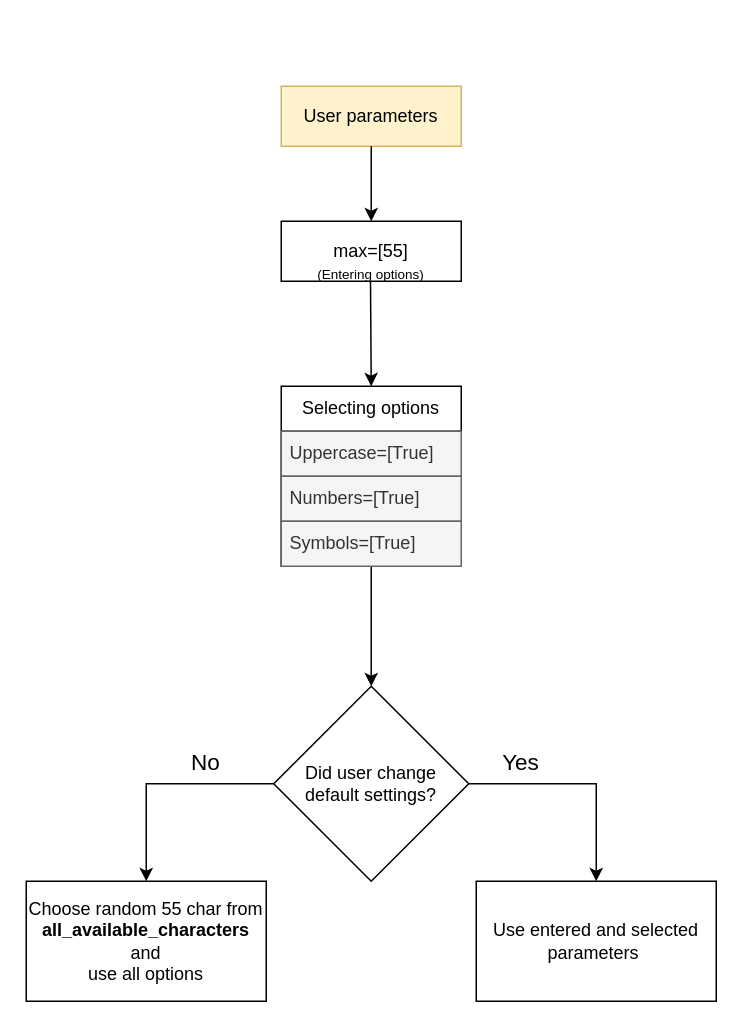
This is page "Basic User Setup" (1 of 3) of Password Generator.drawio from AndzejK/passGenerator, a draw.io file, before an edit. Source tidied: cells renumbered, new cells numbered last; positions are measured from the earlier drawing's top-left corner, leaving out a move shared by most shapes. Both pictures are drawn from the tidied source at 150%, with x=0, y=0 at pixel (26, 86).
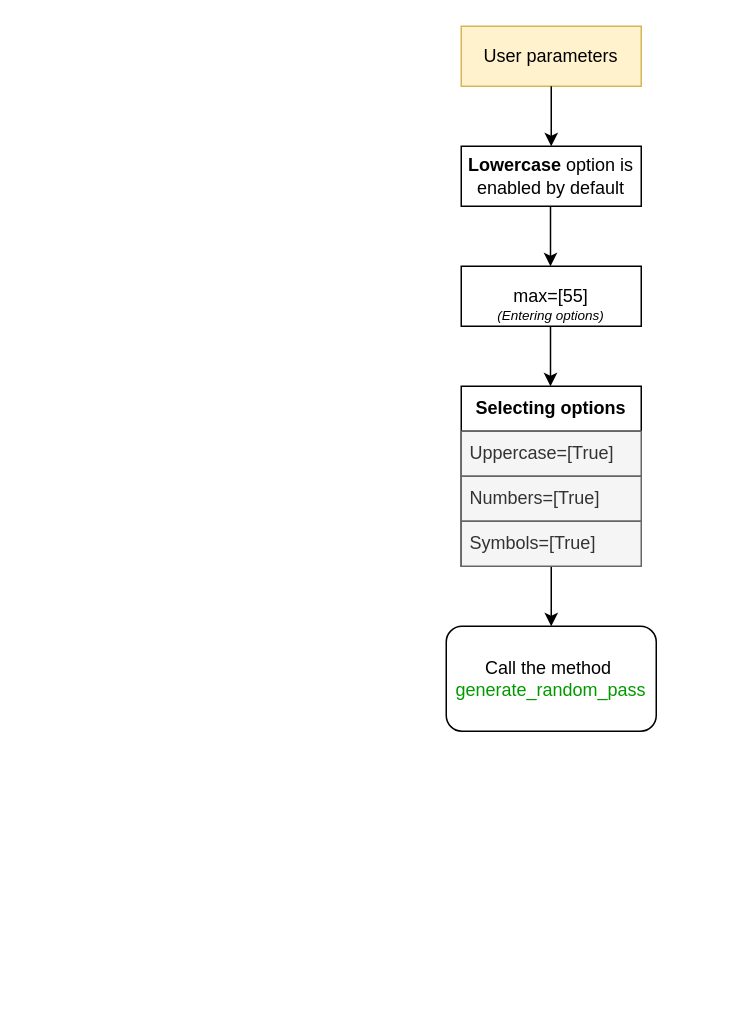
After the change.

Change to the diagram source:
```diff
@@
 <mxGraphModel>
   <root>
     <mxCell id="0" />
     <mxCell id="1" parent="0" />
     <mxCell id="2" value="max=[55]" style="rounded=0;whiteSpace=wrap;html=1;" parent="1" vertex="1">
-      <mxGeometry x="170" y="90" width="120" height="40" as="geometry" />
+      <mxGeometry x="290" y="120" width="120" height="40" as="geometry" />
     </mxCell>
     <mxCell id="3" value="User parameters" style="rounded=0;whiteSpace=wrap;html=1;fillColor=#fff2cc;strokeColor=#d6b656;" parent="1" vertex="1">
-      <mxGeometry x="170" width="120" height="40" as="geometry" />
+      <mxGeometry x="290" y="-40" width="120" height="40" as="geometry" />
     </mxCell>
-    <mxCell id="4" style="edgeStyle=orthogonalEdgeStyle;rounded=0;jettySize=auto;html=1;exitX=0.5;exitY=1;exitDx=0;exitDy=0;" parent="1" edge="1" source="5" target="13">
+    <mxCell id="4" style="edgeStyle=orthogonalEdgeStyle;rounded=0;jettySize=auto;html=1;exitX=0.5;exitY=1;exitDx=0;exitDy=0;entryX=0.5;entryY=0;entryDx=0;entryDy=0;" parent="1" edge="1" source="5" target="21">
       <mxGeometry relative="1" as="geometry" />
     </mxCell>
-    <mxCell id="5" value="Selecting options" style="swimlane;fontStyle=0;horizontal=1;startSize=30;whiteSpace=wrap;html=1;" parent="1" vertex="1">
-      <mxGeometry x="170" y="200" width="120" height="120" as="geometry" />
+    <mxCell id="5" value="&lt;b&gt;Selecting options&lt;/b&gt;" style="swimlane;fontStyle=0;horizontal=1;startSize=30;whiteSpace=wrap;html=1;" parent="1" vertex="1">
+      <mxGeometry x="290" y="200" width="120" height="120" as="geometry" />
     </mxCell>
     <mxCell id="6" value="Uppercase=[True]" style="text;strokeColor=#666666;fillColor=#f5f5f5;align=left;verticalAlign=middle;spacingLeft=4;spacingRight=4;overflow=hidden;whiteSpace=wrap;html=1;fontColor=#333333;" parent="5" vertex="1">
       <mxGeometry y="30" width="120" height="30" as="geometry" />
     </mxCell>
     <mxCell id="7" value="Numbers=[True]" style="text;strokeColor=#666666;fillColor=#f5f5f5;align=left;verticalAlign=middle;spacingLeft=4;spacingRight=4;overflow=hidden;whiteSpace=wrap;html=1;fontColor=#333333;" parent="5" vertex="1">
       <mxGeometry y="60" width="120" height="30" as="geometry" />
     </mxCell>
     <mxCell id="8" value="Symbols=[True]" style="text;align=left;verticalAlign=middle;spacingLeft=4;spacingRight=4;overflow=hidden;whiteSpace=wrap;html=1;fillColor=#f5f5f5;fontColor=#333333;strokeColor=#666666;" parent="5" vertex="1">
       <mxGeometry y="90" width="120" height="30" as="geometry" />
     </mxCell>
-    <mxCell id="9" value="&lt;font style=&quot;font-size: 9px;&quot;&gt;(Entering options)&lt;/font&gt;" style="text;html=1;align=center;verticalAlign=middle;whiteSpace=wrap;rounded=0;" parent="1" vertex="1">
-      <mxGeometry x="170" y="110" width="120" height="30" as="geometry" />
+    <mxCell id="9" value="&lt;font style=&quot;font-size: 9px;&quot;&gt;&lt;i&gt;(Entering options)&lt;/i&gt;&lt;/font&gt;" style="text;html=1;align=center;verticalAlign=middle;whiteSpace=wrap;rounded=0;" parent="1" vertex="1">
+      <mxGeometry x="290" y="137" width="120" height="30" as="geometry" />
     </mxCell>
-    <mxCell id="10" style="endArrow=classic;html=1;rounded=0;entryX=0.5;entryY=0;entryDx=0;entryDy=0;exitX=0.5;exitY=1;exitDx=0;exitDy=0;strokeColor=default;align=center;verticalAlign=middle;fontFamily=Helvetica;fontSize=11;fontColor=default;labelBackgroundColor=default;" parent="1" edge="1" source="3" target="2">
-      <mxGeometry relative="1" as="geometry" />
-    </mxCell>
-    <mxCell id="11" style="edgeStyle=orthogonalEdgeStyle;rounded=0;jettySize=auto;html=1;entryX=0.5;entryY=0;entryDx=0;entryDy=0;" parent="1" edge="1" source="13" target="14">
-      <mxGeometry relative="1" as="geometry" />
-    </mxCell>
-    <mxCell id="12" style="edgeStyle=orthogonalEdgeStyle;rounded=0;jettySize=auto;html=1;exitX=1;exitY=0.5;exitDx=0;exitDy=0;entryX=0.5;entryY=0;entryDx=0;entryDy=0;" parent="1" edge="1" source="13" target="17">
-      <mxGeometry relative="1" as="geometry" />
-    </mxCell>
-    <mxCell id="13" value="Did user change &lt;br&gt;default settings?" style="rhombus;whiteSpace=wrap;html=1;" parent="1" vertex="1">
-      <mxGeometry x="165" y="400" width="130" height="130" as="geometry" />
-    </mxCell>
-    <mxCell id="14" value="Choose random 55 char from&lt;br&gt;&lt;b&gt;all_available_characters &lt;/b&gt;and &lt;br&gt;use all options" style="rounded=0;whiteSpace=wrap;html=1;" parent="1" vertex="1">
-      <mxGeometry y="530" width="160" height="80" as="geometry" />
-    </mxCell>
-    <mxCell id="15" value="&lt;font style=&quot;font-size: 15px;&quot;&gt;No&lt;/font&gt;" style="text;html=1;align=center;verticalAlign=middle;whiteSpace=wrap;rounded=0;" parent="1" vertex="1">
-      <mxGeometry x="90" y="435" width="60" height="30" as="geometry" />
-    </mxCell>
-    <mxCell id="16" style="endArrow=classic;html=1;rounded=0;entryX=0.5;entryY=0;entryDx=0;entryDy=0;exitX=0.5;exitY=1;exitDx=0;exitDy=0;strokeColor=default;align=center;verticalAlign=middle;fontFamily=Helvetica;fontSize=11;fontColor=default;labelBackgroundColor=default;" parent="1" edge="1" target="5">
-      <mxGeometry relative="1" as="geometry">
-        <mxPoint x="229.5" y="130" as="sourcePoint" />
-      </mxGeometry>
-    </mxCell>
-    <mxCell id="17" value="Use entered and selected parameters&amp;nbsp;" style="rounded=0;whiteSpace=wrap;html=1;" parent="1" vertex="1">
-      <mxGeometry x="300" y="530" width="160" height="80" as="geometry" />
-    </mxCell>
-    <mxCell id="18" value="&lt;font style=&quot;font-size: 15px;&quot;&gt;Yes&lt;/font&gt;" style="text;html=1;align=center;verticalAlign=middle;whiteSpace=wrap;rounded=0;" parent="1" vertex="1">
-      <mxGeometry x="300" y="435" width="60" height="30" as="geometry" />
-    </mxCell>
+    <mxCell id="19" value="&lt;b&gt;Lowercase&lt;/b&gt; option is enabled by default" style="rounded=0;whiteSpace=wrap;html=1;" parent="1" vertex="1">
+      <mxGeometry x="290" y="40" width="120" height="40" as="geometry" />
+    </mxCell>
+    <mxCell id="20" style="endArrow=classic;html=1;rounded=0;exitX=0.5;exitY=1;exitDx=0;exitDy=0;strokeColor=default;align=center;verticalAlign=middle;fontFamily=Helvetica;fontSize=11;fontColor=default;labelBackgroundColor=default;entryX=0.5;entryY=0;entryDx=0;entryDy=0;" parent="1" edge="1" source="3" target="19">
+      <mxGeometry relative="1" as="geometry" />
+    </mxCell>
+    <mxCell id="21" value="Call the method&amp;nbsp;&lt;br&gt;&lt;font color=&quot;#009900&quot;&gt;generate_random_pass&lt;/font&gt;" style="rounded=1;whiteSpace=wrap;html=1;" parent="1" vertex="1">
+      <mxGeometry x="280" y="360" width="140" height="70" as="geometry" />
+    </mxCell>
+    <mxCell id="22" style="endArrow=classic;html=1;rounded=0;exitX=0.5;exitY=1;exitDx=0;exitDy=0;strokeColor=default;align=center;verticalAlign=middle;fontFamily=Helvetica;fontSize=11;fontColor=default;labelBackgroundColor=default;entryX=0.5;entryY=0;entryDx=0;entryDy=0;" parent="1" edge="1">
+      <mxGeometry relative="1" as="geometry">
+        <mxPoint x="349.5" y="80" as="sourcePoint" />
+        <mxPoint x="349.5" y="120" as="targetPoint" />
+      </mxGeometry>
+    </mxCell>
+    <mxCell id="23" style="endArrow=classic;html=1;rounded=0;exitX=0.5;exitY=1;exitDx=0;exitDy=0;strokeColor=default;align=center;verticalAlign=middle;fontFamily=Helvetica;fontSize=11;fontColor=default;labelBackgroundColor=default;entryX=0.5;entryY=0;entryDx=0;entryDy=0;" parent="1" edge="1">
+      <mxGeometry relative="1" as="geometry">
+        <mxPoint x="349.5" y="160" as="sourcePoint" />
+        <mxPoint x="349.5" y="200" as="targetPoint" />
+      </mxGeometry>
+    </mxCell>
   </root>
 </mxGraphModel>
```
